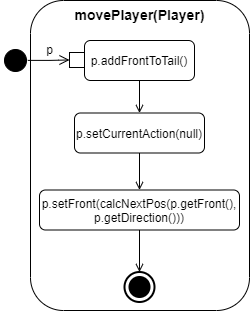
KjellooMelloo/gameoftrons keeps this draw.io diagram as Doku/images/AD_movePlayer.png. Above is the earlier version. Source tidied: cells renumbered, new cells last; positions are measured from the earlier drawing's top-left corner, leaving out a move shared by most shapes.
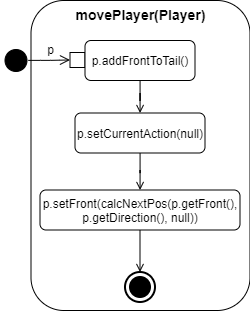
The same diagram one commit later.

Commit message:
implemented changePlayerDirection, getPlayerById, calcNextPos; added extra param for calcNextPos in ADs

What changed in the source:
```diff
@@ -32,7 +32,7 @@
     <mxCell id="11" style="edgeStyle=orthogonalEdgeStyle;rounded=0;jettySize=auto;html=1;entryX=0.5;entryY=0;entryDx=0;entryDy=0;entryPerimeter=0;endArrow=open;endFill=0;" parent="1" edge="1" source="12" target="13">
       <mxGeometry relative="1" as="geometry" />
     </mxCell>
-    <mxCell id="12" value="p.setFront(calcNextPos(p.getFront(), p.getDirection()))" style="shape=rect;html=1;rounded=1;whiteSpace=wrap;align=center;" parent="1" vertex="1">
+    <mxCell id="12" value="p.setFront(calcNextPos(p.getFront(), p.getDirection(), null))" style="shape=rect;html=1;rounded=1;whiteSpace=wrap;align=center;" parent="1" vertex="1">
       <mxGeometry x="39" y="189.5" width="200" height="40" as="geometry" />
     </mxCell>
     <mxCell id="13" style="html=1;shape=mxgraph.sysml.actFinal;strokeWidth=2;verticalLabelPosition=bottom;verticalAlignment=top;align=center;" parent="1" vertex="1">
```
